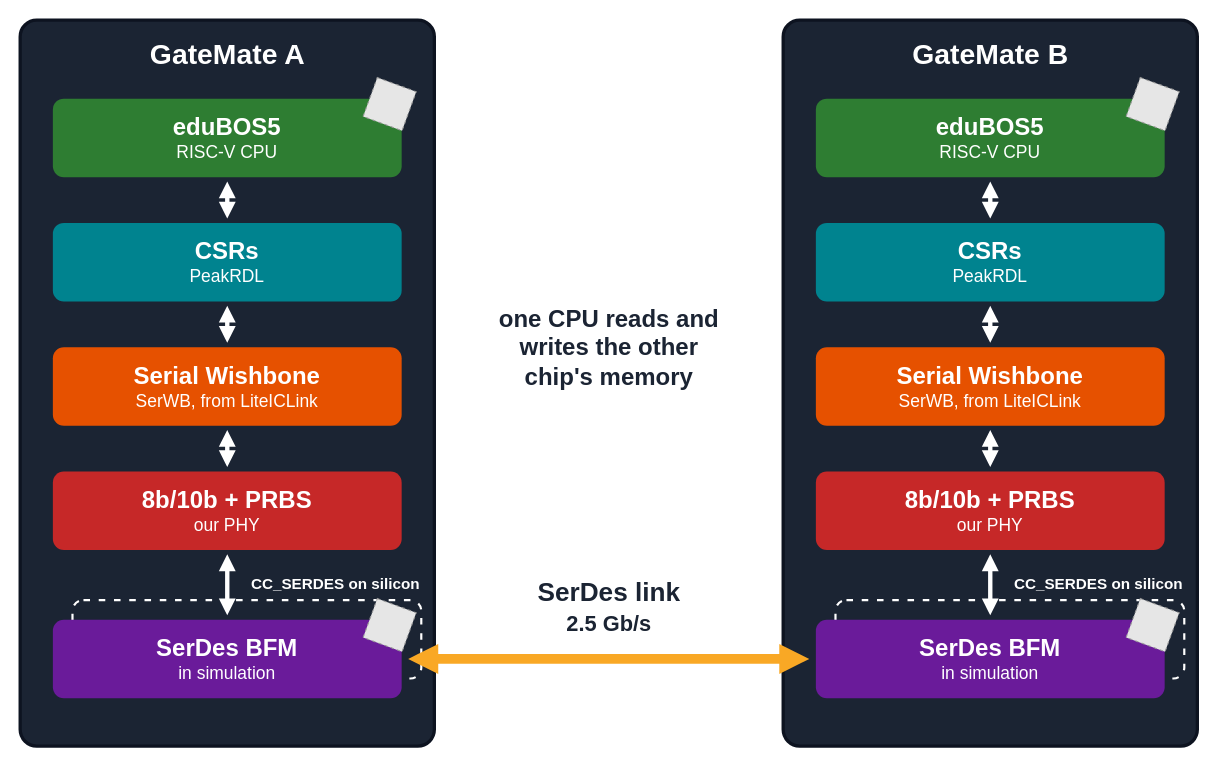
This is 7.SerDes/0.doc/iclink-flagship.drawio from chili-chips-ba/openCologne, a draw.io file, before an edit. Source tidied: cells renumbered, new cells numbered last; positions are measured from the earlier drawing's top-left corner, leaving out a move shared by most shapes. Both pictures are drawn from the tidied source at 109%, with x=0, y=0 at pixel (20, 20). Pictures stored in the file or linked from it are replaced by grey dashed boxes.
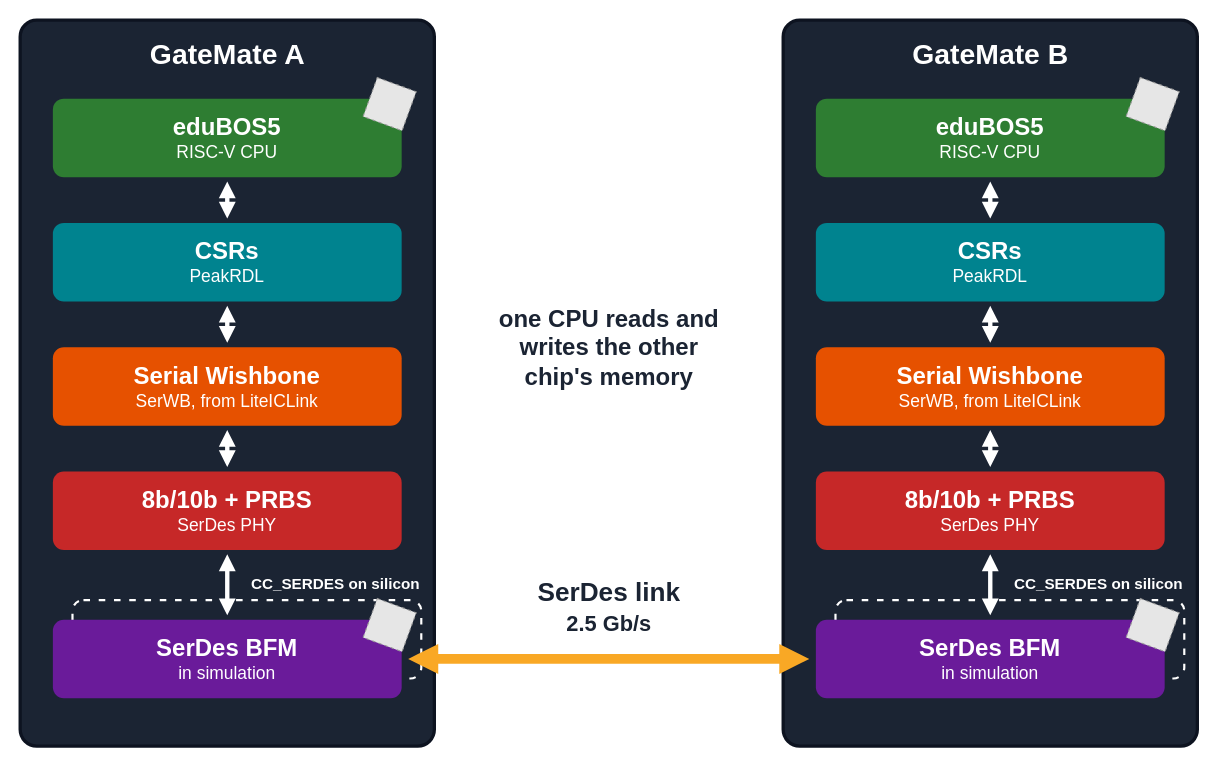
Above is the later version.

The edit, as a diff of the source:
```diff
@@
-    <mxCell id="9" value="&lt;b style='font-size:22px'&gt;8b/10b + PRBS&lt;/b&gt;&lt;br&gt;&lt;span style='font-size:16px'&gt;our PHY&lt;/span&gt;" style="rounded=1;arcSize=14;fillColor=#c62828;strokeColor=none;fontColor=#ffffff;html=1;whiteSpace=wrap;fontFamily=Helvetica;" parent="1" vertex="1">
+    <mxCell id="9" value="&lt;b style='font-size:22px'&gt;8b/10b + PRBS&lt;/b&gt;&lt;br&gt;&lt;span style='font-size:16px'&gt;SerDes PHY&lt;/span&gt;" style="rounded=1;arcSize=14;fillColor=#c62828;strokeColor=none;fontColor=#ffffff;html=1;whiteSpace=wrap;fontFamily=Helvetica;" parent="1" vertex="1">
       <mxGeometry x="30" y="414" width="320" height="72" as="geometry" />
     </mxCell>
@@
-    <mxCell id="24" value="&lt;b style='font-size:22px'&gt;8b/10b + PRBS&lt;/b&gt;&lt;br&gt;&lt;span style='font-size:16px'&gt;our PHY&lt;/span&gt;" style="rounded=1;arcSize=14;fillColor=#c62828;strokeColor=none;fontColor=#ffffff;html=1;whiteSpace=wrap;fontFamily=Helvetica;" parent="1" vertex="1">
+    <mxCell id="24" value="&lt;b style='font-size:22px'&gt;8b/10b + PRBS&lt;/b&gt;&lt;br&gt;&lt;span style='font-size:16px'&gt;SerDes PHY&lt;/span&gt;" style="rounded=1;arcSize=14;fillColor=#c62828;strokeColor=none;fontColor=#ffffff;html=1;whiteSpace=wrap;fontFamily=Helvetica;" parent="1" vertex="1">
       <mxGeometry x="730" y="414" width="320" height="72" as="geometry" />
     </mxCell>
```
